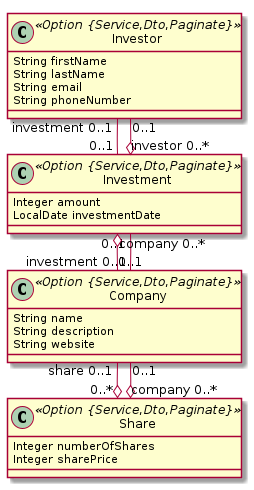
Above: equity-crowdfunding.png in kevintanhongann/jhipster-jdl-collection (PlantUML), before the change. Its diagram source:
```plantuml
@startuml
	!pragma layout smetana
	!pragma syntax class
	class Investor <<Option {Service,Dto,Paginate}>> {
		String firstName
		String lastName
		String email
		String phoneNumber
	}
	class Company <<Option {Service,Dto,Paginate}>> {
		String name
		String description
		String website
	}
	class Investment <<Option {Service,Dto,Paginate}>> {
		Integer amount
		LocalDate investmentDate
	}
	class Share <<Option {Service,Dto,Paginate}>> {
		Integer numberOfShares
		Integer sharePrice
	}
	Investor  "investment 0..1 " -- "0..1 "  Investment
	Company  "investment 0..1 " -- "0..1 "  Investment
	Company  "share 0..1 " --o "0..* "  Share
	Investment  "investor 0..* " o-- "0..1 "  Investor
	Investment  "company 0..* " o-- "0..1 "  Company
	Share  "company 0..* " o-- "0..1 "  Company
@enduml
```
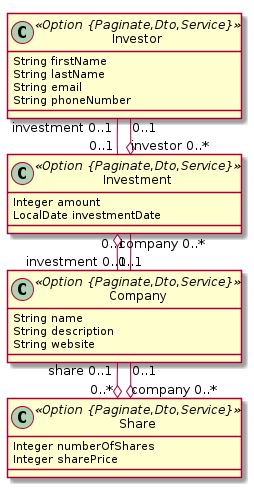
Later version of the same file.

The edit, as a diff of the source:
```diff
@@ -1,22 +1,22 @@
 @startuml
 	!pragma layout smetana
 	!pragma syntax class
-	class Investor <<Option {Service,Dto,Paginate}>> {
+	class Investor <<Option {Paginate,Dto,Service}>> {
 		String firstName
 		String lastName
 		String email
 		String phoneNumber
 	}
-	class Company <<Option {Service,Dto,Paginate}>> {
+	class Company <<Option {Paginate,Dto,Service}>> {
 		String name
 		String description
 		String website
 	}
-	class Investment <<Option {Service,Dto,Paginate}>> {
+	class Investment <<Option {Paginate,Dto,Service}>> {
 		Integer amount
 		LocalDate investmentDate
 	}
-	class Share <<Option {Service,Dto,Paginate}>> {
+	class Share <<Option {Paginate,Dto,Service}>> {
 		Integer numberOfShares
 		Integer sharePrice
 	}
```
